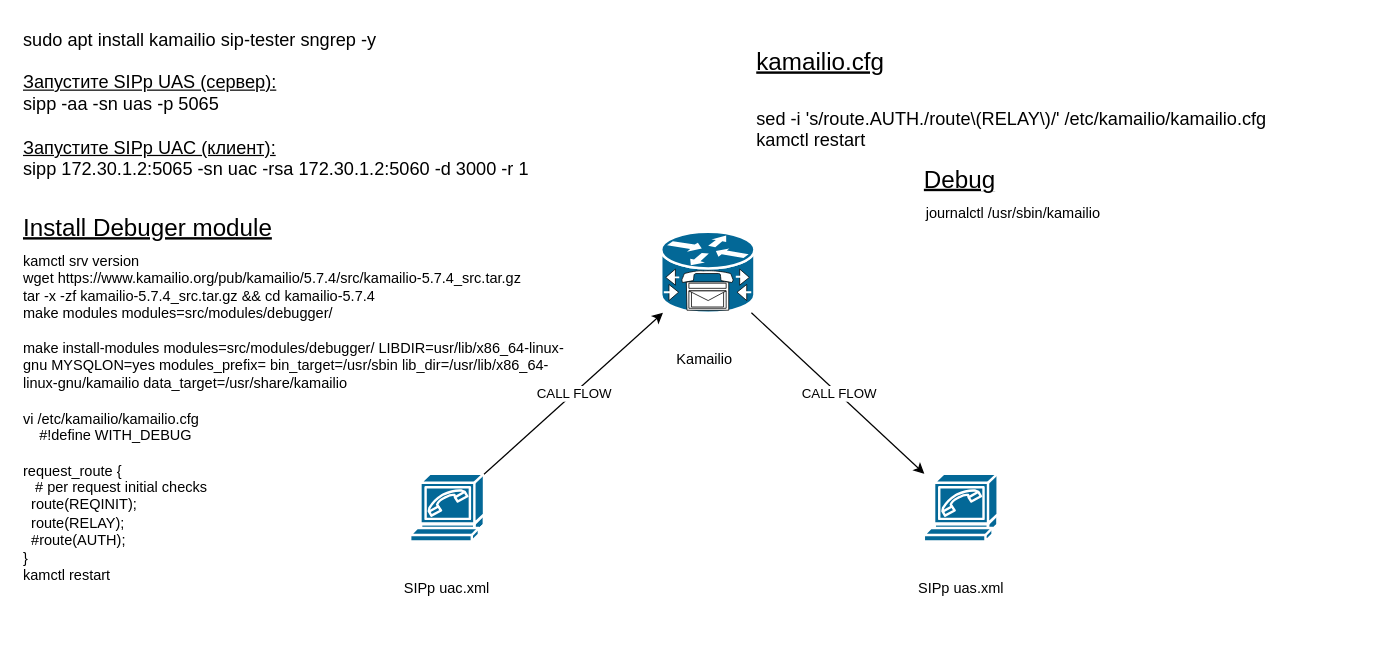
Above: LAB1.1-2xSIPp-1xKamailio.drawio in sysadminlab/voip (draw.io), before the change. Source tidied: cells renumbered, new cells numbered last; positions are measured from the earlier drawing's top-left corner, leaving out a move shared by most shapes. Both pictures are drawn from the tidied source at 121%, with x=0, y=0 at pixel (21, 21).
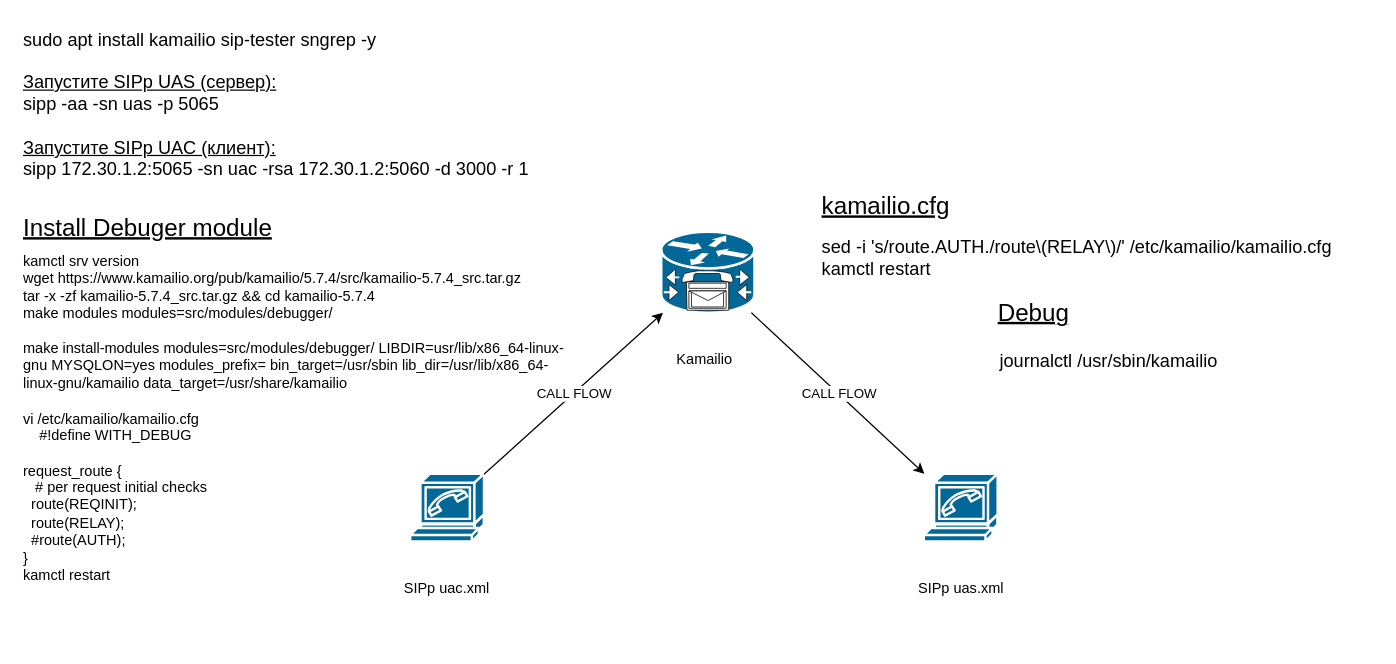
The same page after the edit.

What changed in the source:
```diff
@@
 <mxGraphModel>
   <root>
     <mxCell id="0" />
     <mxCell id="1" parent="0" />
     <mxCell id="2" value="SIPp uac.xml" style="text;strokeColor=none;align=center;fillColor=none;html=1;verticalAlign=middle;whiteSpace=wrap;rounded=0;" parent="1" vertex="1">
       <mxGeometry x="297" y="454" width="110" height="30" as="geometry" />
     </mxCell>
     <mxCell id="3" value="SIPp uas.xml" style="text;strokeColor=none;align=center;fillColor=none;html=1;verticalAlign=middle;whiteSpace=wrap;rounded=0;" parent="1" vertex="1">
       <mxGeometry x="721.5" y="454" width="110" height="30" as="geometry" />
     </mxCell>
     <mxCell id="4" style="shape=mxgraph.cisco.modems_and_phones.softphone;sketch=0;html=1;dashed=0;fillColor=#036897;strokeColor=#ffffff;strokeWidth=2;verticalLabelPosition=bottom;verticalAlign=top;align=center;outlineConnect=0;" parent="1" vertex="1">
       <mxGeometry x="746" y="374" width="61" height="56" as="geometry" />
     </mxCell>
     <mxCell id="5" style="shape=mxgraph.cisco.modems_and_phones.softphone;sketch=0;html=1;dashed=0;fillColor=#036897;strokeColor=#ffffff;strokeWidth=2;verticalLabelPosition=bottom;verticalAlign=top;align=center;outlineConnect=0;" parent="1" vertex="1">
       <mxGeometry x="321.5" y="374" width="61" height="56" as="geometry" />
     </mxCell>
     <mxCell id="6" style="shape=mxgraph.cisco.misc.cisco_unity_express;sketch=0;html=1;dashed=0;fillColor=#036897;strokeColor=#ffffff;strokeWidth=2;verticalLabelPosition=bottom;verticalAlign=top;align=center;outlineConnect=0;" parent="1" vertex="1">
       <mxGeometry x="529" y="174" width="77" height="67" as="geometry" />
     </mxCell>
     <mxCell id="7" style="endArrow=classic;html=1;rounded=0;" parent="1" edge="1" source="5" target="6">
       <mxGeometry relative="1" as="geometry" />
     </mxCell>
     <mxCell id="8" value="CALL FLOW" style="edgeLabel;html=1;align=center;verticalAlign=middle;" parent="7" vertex="1">
       <mxGeometry relative="1" as="geometry" />
     </mxCell>
     <mxCell id="9" style="endArrow=classic;html=1;rounded=0;" parent="1" edge="1" source="6" target="4">
       <mxGeometry relative="1" as="geometry" />
     </mxCell>
     <mxCell id="10" value="CALL FLOW" style="edgeLabel;html=1;align=center;verticalAlign=middle;" parent="9" vertex="1">
       <mxGeometry relative="1" as="geometry" />
     </mxCell>
     <mxCell id="11" value="Kamailio" style="text;strokeColor=none;align=center;fillColor=none;html=1;verticalAlign=middle;whiteSpace=wrap;rounded=0;" parent="1" vertex="1">
       <mxGeometry x="535" y="265" width="60" height="30" as="geometry" />
     </mxCell>
     <mxCell id="12" value="sudo apt install kamailio sip-tester sngrep -y" style="text;whiteSpace=wrap;fontSize=15;" parent="1" vertex="1">
       <mxGeometry width="310" height="40" as="geometry" />
     </mxCell>
     <mxCell id="13" value="&lt;u&gt;Запустите SIPp UAS (сервер):&lt;br&gt;&lt;/u&gt;sipp -aa -sn uas -p 5065&lt;br&gt;&lt;u&gt;&lt;br&gt;&lt;/u&gt;&lt;div&gt;&lt;u&gt;Запустите SIPp UAC (клиент):&lt;/u&gt;&lt;/div&gt;&lt;div&gt;sipp 172.30.1.2:5065 -sn uac -rsa 172.30.1.2:5060 -d 3000 -r 1&lt;/div&gt;&lt;u&gt;&lt;br&gt;&lt;/u&gt;" style="text;whiteSpace=wrap;html=1;fontSize=15;" parent="1" vertex="1">
       <mxGeometry y="35" width="570" height="110" as="geometry" />
     </mxCell>
     <mxCell id="14" value="sed -i 's/route.AUTH./route\(RELAY\)/' /etc/kamailio/kamailio.cfg&#10;kamctl restart" style="text;whiteSpace=wrap;fontSize=15;" parent="1" vertex="1">
-      <mxGeometry x="606" y="65" width="460" height="70" as="geometry" />
+      <mxGeometry x="660" y="171" width="460" height="70" as="geometry" />
     </mxCell>
     <mxCell id="15" value="kamailio.cfg" style="text;whiteSpace=wrap;fontSize=20;fontStyle=4;" parent="1" vertex="1">
-      <mxGeometry x="606" y="15" width="100" height="40" as="geometry" />
+      <mxGeometry x="660" y="134" width="100" height="40" as="geometry" />
     </mxCell>
     <mxCell id="16" value="Debug" style="text;html=1;align=center;verticalAlign=middle;whiteSpace=wrap;rounded=0;fontSize=20;fontStyle=4;" parent="1" vertex="1">
-      <mxGeometry x="746" y="115" width="60" height="30" as="geometry" />
+      <mxGeometry x="807" y="225" width="60" height="30" as="geometry" />
     </mxCell>
     <mxCell id="17" value="Install Debuger module" style="text;html=1;align=left;verticalAlign=middle;whiteSpace=wrap;rounded=0;fontSize=20;fontStyle=4;" parent="1" vertex="1">
       <mxGeometry y="155" width="210" height="30" as="geometry" />
     </mxCell>
     <mxCell id="18" value="kamctl srv version&#10;wget https://www.kamailio.org/pub/kamailio/5.7.4/src/kamailio-5.7.4_src.tar.gz&#10;tar -x -zf kamailio-5.7.4_src.tar.gz &amp;&amp; cd kamailio-5.7.4&#10;make modules modules=src/modules/debugger/&#10;&#10;make install-modules modules=src/modules/debugger/ LIBDIR=usr/lib/x86_64-linux-gnu MYSQLON=yes modules_prefix= bin_target=/usr/sbin lib_dir=/usr/lib/x86_64-linux-gnu/kamailio data_target=/usr/share/kamailio&#10;&#10;vi /etc/kamailio/kamailio.cfg&#10;    #!define WITH_DEBUG&#10;&#10;request_route {&#10;   # per request initial checks&#10;  route(REQINIT);&#10;  route(RELAY);&#10;  #route(AUTH);&#10;}&#10;kamctl restart&#10;&#10;&#10;" style="text;whiteSpace=wrap;" parent="1" vertex="1">
       <mxGeometry y="185" width="450" height="330" as="geometry" />
     </mxCell>
-    <mxCell id="19" value="journalctl /usr/sbin/kamailio" style="text;whiteSpace=wrap;html=1;" parent="1" vertex="1">
-      <mxGeometry x="746" y="145" width="180" height="40" as="geometry" />
+    <mxCell id="19" value="journalctl /usr/sbin/kamailio" style="text;whiteSpace=wrap;html=1;fontSize=15;" parent="1" vertex="1">
+      <mxGeometry x="807" y="265" width="200" height="40" as="geometry" />
     </mxCell>
   </root>
 </mxGraphModel>
```
